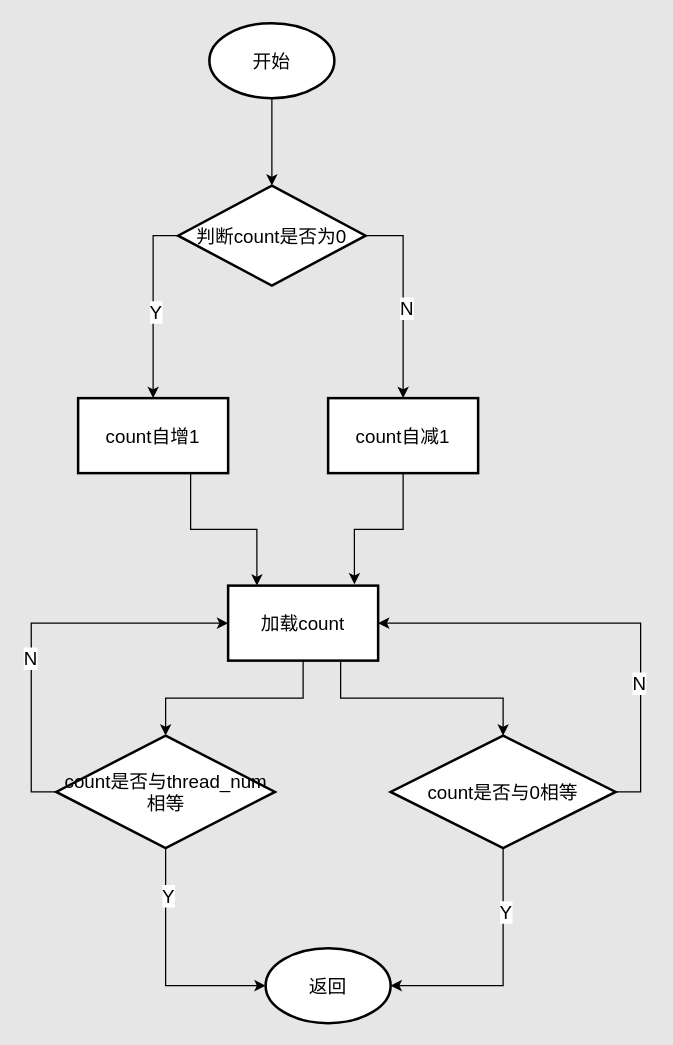
Earlier version of the draw.io diagram barrier.drawio (niosei/flow_charts). Source tidied: cells renumbered, new cells numbered last; positions are measured from the earlier drawing's top-left corner, leaving out a move shared by most shapes. Both pictures are drawn from the tidied source at 125%, with x=0, y=0 at pixel (55, 22).
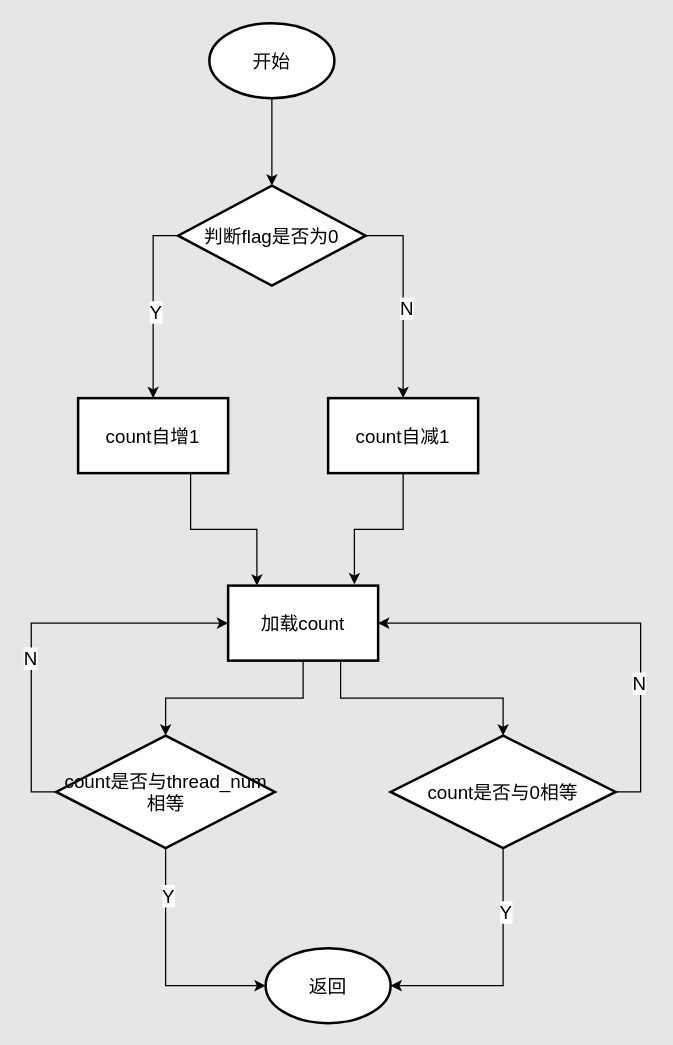
The same diagram, later.

What changed in the source:
```diff
@@
-    <mxCell id="8" value="判断count是否为0" style="rhombus;whiteSpace=wrap;html=1;strokeWidth=2;fontSize=15;" parent="1" vertex="1">
+    <mxCell id="8" value="判断flag是否为0" style="rhombus;whiteSpace=wrap;html=1;strokeWidth=2;fontSize=15;" parent="1" vertex="1">
       <mxGeometry x="98" y="130" width="150" height="80" as="geometry" />
     </mxCell>
```
